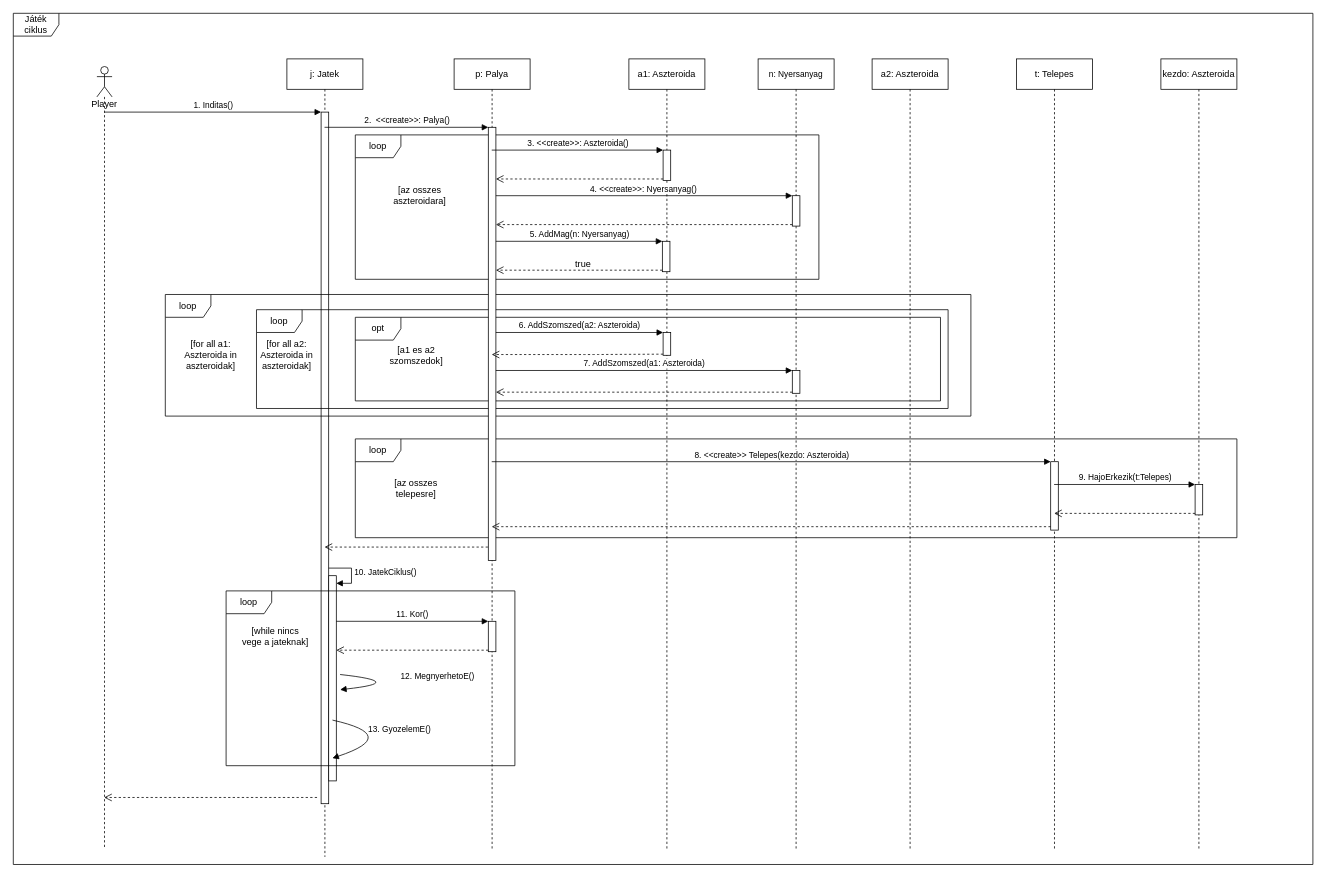
Before: doc/uml/jatek_ciklus.drawio in torpeBoiGo/aszteroidabanyaszat, a draw.io diagram. Source tidied: cells renumbered, new cells numbered last; positions are measured from the earlier drawing's top-left corner, leaving out a move shared by most shapes. Both pictures are drawn from the tidied source at 76%, with x=0, y=0 at pixel (13, 13).
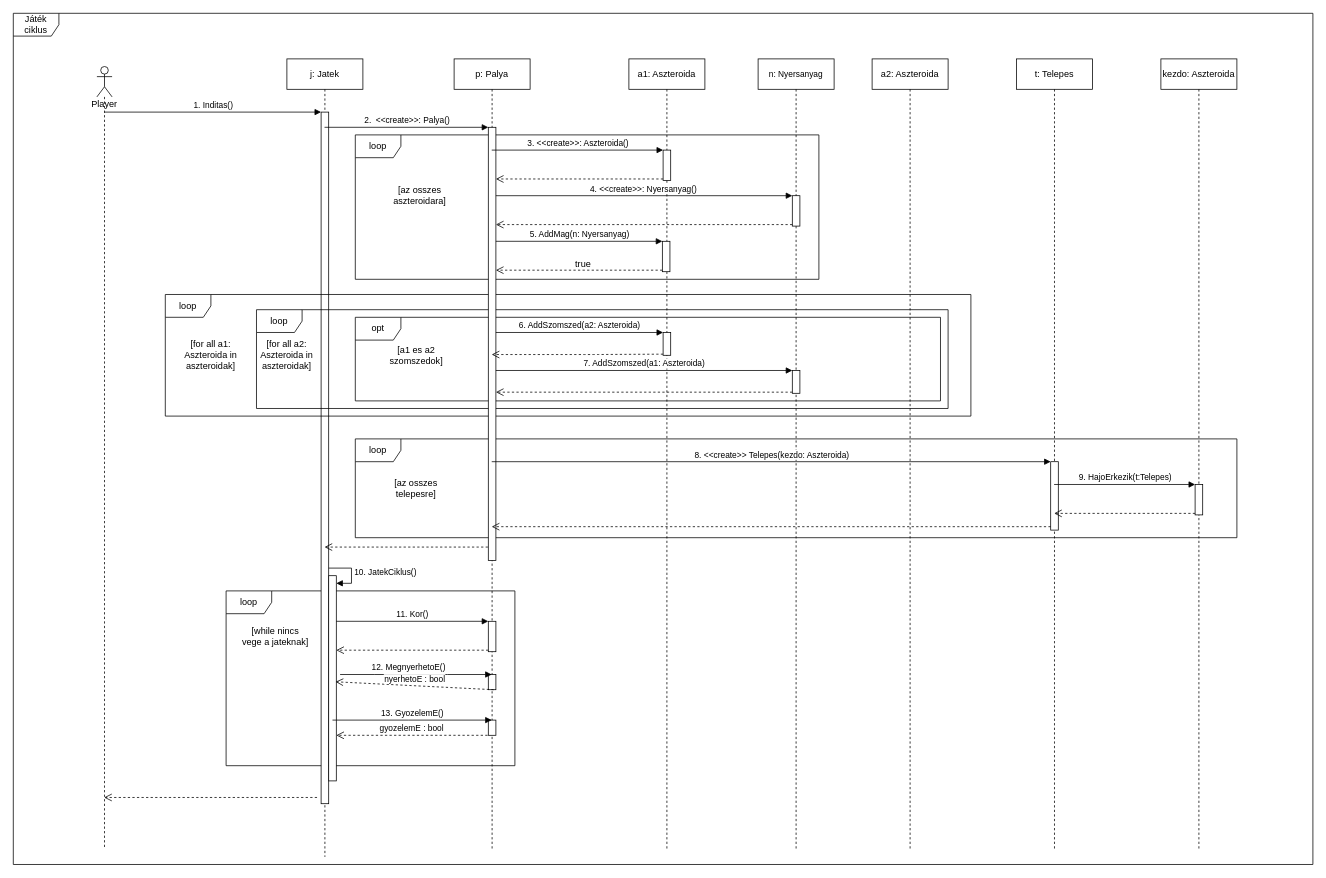
The same page after the edit.

Commit message:
Új győzelem vizsgálat

Unchanged cells that the change refers to:
```xml
<mxCell id="5" style="html=1;points=[];perimeter=orthogonalPerimeter;" parent="3" vertex="1">
  <mxGeometry x="55" y="680" width="10" height="270" as="geometry" />
</mxCell>
<mxCell id="17" value="p: Palya" style="shape=umlLifeline;perimeter=lifelinePerimeter;whiteSpace=wrap;html=1;outlineConnect=0;" parent="1" vertex="1">
  <mxGeometry x="580" y="60" width="100" height="1040" as="geometry" />
</mxCell>
```

Diff of the diagram source:
```diff
@@
+    <mxCell id="16" value="loop" style="shape=umlFrame;whiteSpace=wrap;html=1;" parent="1" vertex="1">
+      <mxGeometry x="280" y="760" width="380" height="230" as="geometry" />
+    </mxCell>
@@
-    <mxCell id="16" value="loop" style="shape=umlFrame;whiteSpace=wrap;html=1;" parent="1" vertex="1">
-      <mxGeometry x="280" y="760" width="380" height="230" as="geometry" />
-    </mxCell>
@@
+    <mxCell id="58" style="html=1;points=[];perimeter=orthogonalPerimeter;" parent="17" vertex="1">
+      <mxGeometry x="45" y="810" width="10" height="20" as="geometry" />
+    </mxCell>
+    <mxCell id="59" style="html=1;points=[];perimeter=orthogonalPerimeter;" parent="17" vertex="1">
+      <mxGeometry x="45" y="870" width="10" height="20" as="geometry" />
+    </mxCell>
@@
-    <mxCell id="23" value="12. MegnyerhetoE()" style="html=1;verticalAlign=bottom;endArrow=block;curved=1;" parent="1" edge="1">
-      <mxGeometry y="40" relative="1" as="geometry">
+    <mxCell id="23" value="12. MegnyerhetoE()" style="html=1;verticalAlign=bottom;endArrow=block;curved=1;" parent="1" edge="1" target="17">
+      <mxGeometry x="-0.1" relative="1" as="geometry">
         <mxPoint x="430" y="870" as="sourcePoint" />
-        <mxPoint x="430" y="890" as="targetPoint" />
         <Array as="points">
-          <mxPoint x="520" y="880" />
+          <mxPoint x="520" y="870" />
         </Array>
-        <mxPoint x="34" y="-39" as="offset" />
       </mxGeometry>
     </mxCell>
-    <mxCell id="24" value="13. GyozelemE()" style="html=1;verticalAlign=bottom;endArrow=block;entryX=0.368;entryY=0.957;entryDx=0;entryDy=0;entryPerimeter=0;curved=1;" parent="1" edge="1" target="16">
+    <mxCell id="24" value="13. GyozelemE()" style="html=1;verticalAlign=bottom;endArrow=block;curved=1;" parent="1" edge="1" target="17">
       <mxGeometry relative="1" as="geometry">
         <mxPoint x="420" y="930" as="sourcePoint" />
         <Array as="points">
-          <mxPoint x="510" y="950" />
+          <mxPoint x="520" y="930" />
         </Array>
       </mxGeometry>
     </mxCell>
@@
+    <mxCell id="60" value="nyerhetoE : bool" style="html=1;verticalAlign=bottom;endArrow=open;dashed=1;endSize=8;entryX=0.9;entryY=0.517;entryDx=0;entryDy=0;entryPerimeter=0;exitX=0.7;exitY=1;exitDx=0;exitDy=0;exitPerimeter=0;" parent="1" edge="1" source="58" target="5">
+      <mxGeometry relative="1" as="geometry" />
+    </mxCell>
@@
+    <mxCell id="61" value="gyozelemE : bool" style="html=1;verticalAlign=bottom;endArrow=open;dashed=1;endSize=8;exitX=-0.1;exitY=1;exitDx=0;exitDy=0;exitPerimeter=0;" parent="1" edge="1" source="59" target="5">
+      <mxGeometry relative="1" as="geometry" />
+    </mxCell>
```
